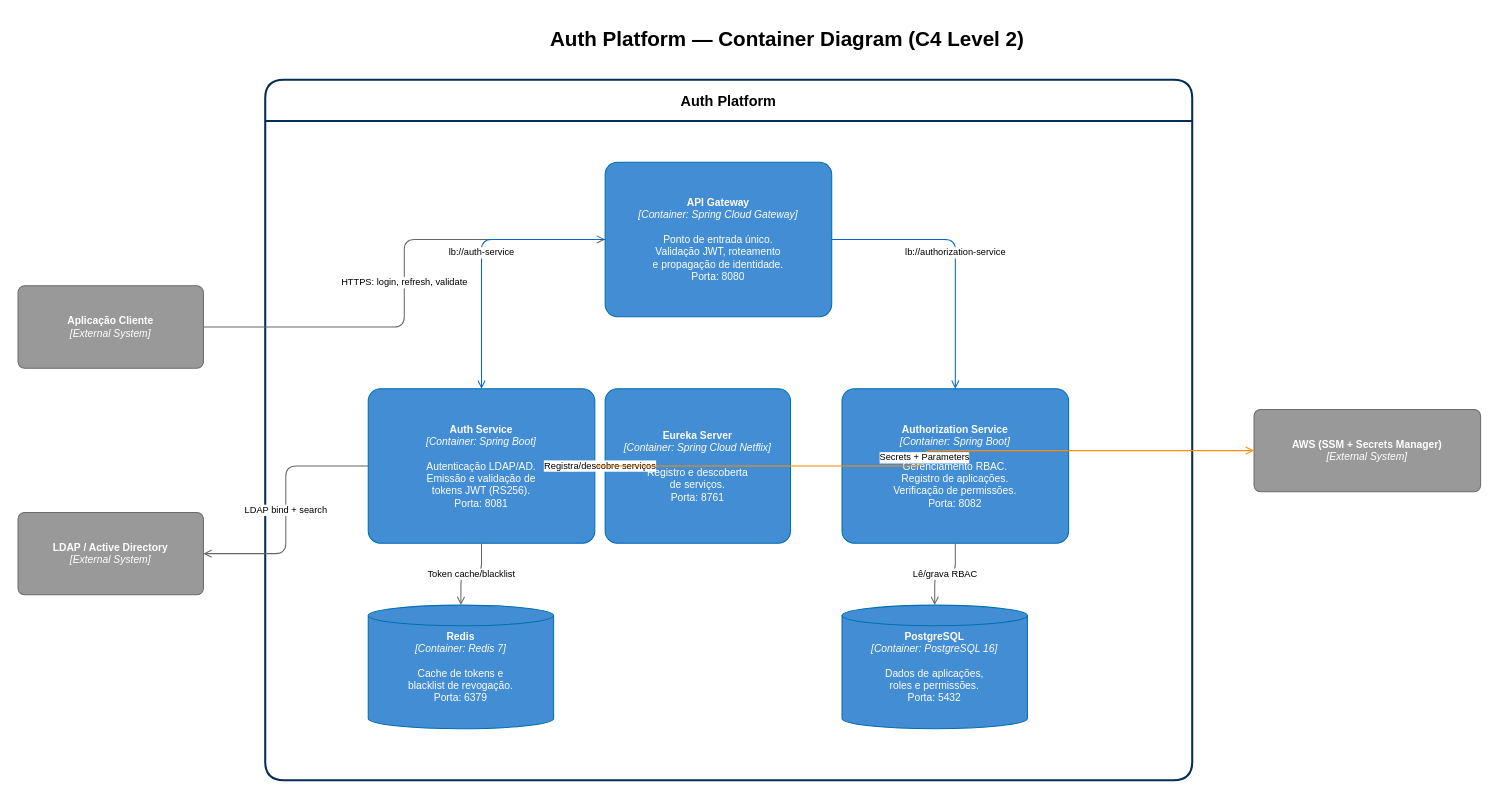
Earlier version of the draw.io diagram page "C4 - Level 2: Containers" (2 of 4) of docs/c4-architecture.drawio (oliveira92/auth-platform). Source tidied: cells renumbered, new cells numbered last; positions are measured from the earlier drawing's top-left corner, leaving out a move shared by most shapes. Both pictures are drawn from the tidied source at 103%, with x=0, y=0 at pixel (18, 18).
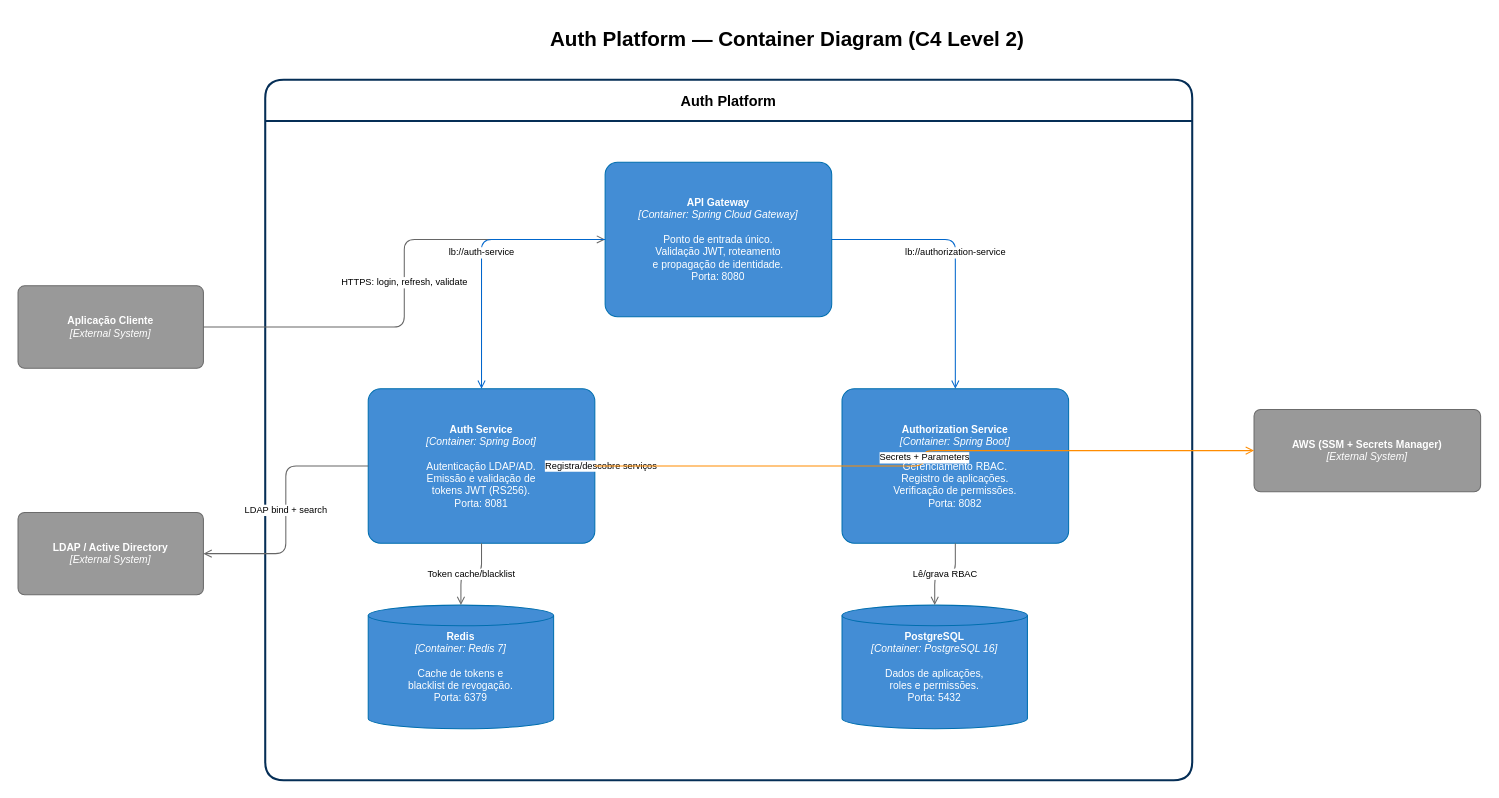
The same diagram, later.

The change refers to these unchanged cells:
```xml
<mxCell id="3" value="Auth Platform" style="swimlane;startSize=40;fillColor=none;strokeColor=#052E56;strokeWidth=2;fontSize=14;fontStyle=1;dashed=0;rounded=1;" parent="1" vertex="1">
  <mxGeometry x="240" y="60" width="900" height="680" as="geometry" />
</mxCell>
<mxCell id="5" value="&lt;b&gt;Auth Service&lt;/b&gt;&lt;br&gt;&lt;i&gt;[Container: Spring Boot]&lt;/i&gt;&lt;br&gt;&lt;br&gt;Autenticação LDAP/AD.&lt;br&gt;Emissão e validação de&lt;br&gt;tokens JWT (RS256).&lt;br&gt;Porta: 8081" style="rounded=1;whiteSpace=wrap;html=1;arcSize=8;fillColor=#438DD5;fontColor=#ffffff;strokeColor=#006EAF;fontSize=10;" parent="3" vertex="1">
  <mxGeometry x="100" y="300" width="220" height="150" as="geometry" />
</mxCell>
```

What changed in the source:
```diff
@@
-    <mxCell id="7" value="&lt;b&gt;Eureka Server&lt;/b&gt;&lt;br&gt;&lt;i&gt;[Container: Spring Cloud Netflix]&lt;/i&gt;&lt;br&gt;&lt;br&gt;Registro e descoberta&lt;br&gt;de serviços.&lt;br&gt;Porta: 8761" style="rounded=1;whiteSpace=wrap;html=1;arcSize=8;fillColor=#438DD5;fontColor=#ffffff;strokeColor=#006EAF;fontSize=10;" parent="3" vertex="1">
-      <mxGeometry x="330" y="300" width="180" height="150" as="geometry" />
-    </mxCell>
@@
-    <mxCell id="16" value="Registra/descobre serviços" style="edgeStyle=orthogonalEdgeStyle;html=1;endArrow=open;endFill=0;strokeColor=#333333;fontSize=9;dashed=1;" parent="1" edge="1" source="5" target="7">
-      <mxGeometry relative="1" as="geometry" />
+    <mxCell id="16" value="Registra/descobre serviços" style="edgeStyle=orthogonalEdgeStyle;html=1;endArrow=open;endFill=0;strokeColor=#333333;fontSize=9;dashed=1;" parent="1" edge="1" source="5">
+      <mxGeometry relative="1" as="geometry">
+        <mxPoint x="570" y="435" as="targetPoint" />
+      </mxGeometry>
     </mxCell>
```
